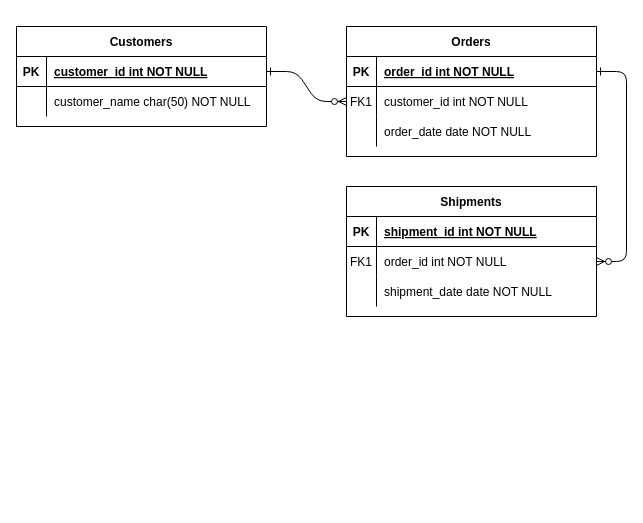
The draw.io diagram Database.drawio in Banele216048565/TEMPURARY_WORK, before the edit. Source tidied: cells renumbered, new cells numbered last; positions are measured from the earlier drawing's top-left corner, leaving out a move shared by most shapes. Both pictures are drawn from the tidied source at 100%, with x=0, y=0 at pixel (16, 26).
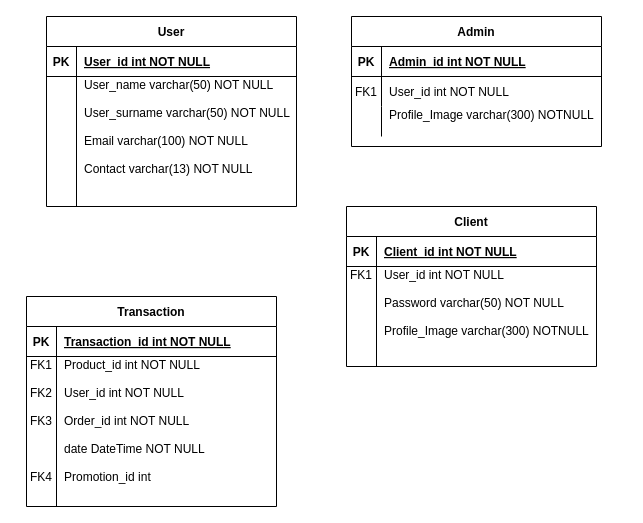
The same page after the edit.

Unchanged cells that the change refers to:
```xml
<mxCell id="5" style="shape=partialRectangle;fillColor=none;points=[[0,0.5],[1,0.5]];portConstraint=eastwest;top=0;left=0;right=0;bottom=1;" parent="4" vertex="1">
  <mxGeometry y="30" width="250" height="30" as="geometry" />
</mxCell>
<mxCell id="8" style="shape=partialRectangle;fillColor=none;points=[[0,0.5],[1,0.5]];portConstraint=eastwest;top=0;left=0;right=0;bottom=0;" parent="4" vertex="1">
  <mxGeometry y="60" width="250" height="30" as="geometry" />
</mxCell>
<mxCell id="11" style="shape=partialRectangle;fillColor=none;top=0;left=0;right=0;bottom=0;" parent="4" vertex="1">
  <mxGeometry y="90" width="250" height="30" as="geometry" />
</mxCell>
<mxCell id="25" style="shape=partialRectangle;fillColor=none;points=[[0,0.5],[1,0.5]];portConstraint=eastwest;top=0;left=0;right=0;bottom=1;" parent="24" vertex="1">
  <mxGeometry y="30" width="250" height="30" as="geometry" />
</mxCell>
```

The edit, as a diff of the source:
```diff
@@
-    <mxCell id="2" style="edgeStyle=entityRelationEdgeStyle;endArrow=ERzeroToMany;startArrow=ERone;endFill=1;startFill=0;" parent="1" edge="1" source="25" target="8">
-      <mxGeometry relative="1" as="geometry" />
-    </mxCell>
-    <mxCell id="3" style="edgeStyle=entityRelationEdgeStyle;endArrow=ERzeroToMany;startArrow=ERone;endFill=1;startFill=0;" parent="1" edge="1" source="5" target="18">
-      <mxGeometry relative="1" as="geometry" />
-    </mxCell>
-    <mxCell id="4" value="Orders" style="shape=table;startSize=30;childLayout=tableLayout;rowLines=0;fontStyle=1;align=center;" parent="1" vertex="1">
-      <mxGeometry x="330" width="250" height="130" as="geometry" />
+    <mxCell id="4" value="Admin" style="shape=table;startSize=30;childLayout=tableLayout;rowLines=0;fontStyle=1;align=center;" parent="1" vertex="1">
+      <mxGeometry x="335" y="-10" width="250" height="130" as="geometry" />
     </mxCell>
@@
-    <mxCell id="7" value="order_id int NOT NULL " style="shape=partialRectangle;overflow=hidden;fillColor=none;top=0;left=0;bottom=0;right=0;align=left;spacingLeft=6;fontStyle=5;" parent="5" vertex="1">
+    <mxCell id="7" value="Admin_id int NOT NULL " style="shape=partialRectangle;overflow=hidden;fillColor=none;top=0;left=0;bottom=0;right=0;align=left;spacingLeft=6;fontStyle=5;" parent="5" vertex="1">
       <mxGeometry x="30" width="220" height="30" as="geometry" />
     </mxCell>
@@
-    <mxCell id="10" value="customer_id int NOT NULL" style="shape=partialRectangle;overflow=hidden;fillColor=none;top=0;left=0;bottom=0;right=0;align=left;spacingLeft=6;" parent="8" vertex="1">
+    <mxCell id="10" value="User_id int NOT NULL" style="shape=partialRectangle;overflow=hidden;fillColor=none;top=0;left=0;bottom=0;right=0;align=left;spacingLeft=6;" parent="8" vertex="1">
       <mxGeometry x="30" width="220" height="30" as="geometry" />
     </mxCell>
@@
-    <mxCell id="13" value="order_date date NOT NULL" style="shape=partialRectangle;overflow=hidden;fillColor=none;top=0;left=0;bottom=0;right=0;align=left;spacingLeft=6;" parent="11" vertex="1">
+    <mxCell id="13" value="Profile_Image varchar(300) NOTNULL&#10;&#10;" style="shape=partialRectangle;overflow=hidden;fillColor=none;top=0;left=0;bottom=0;right=0;align=left;spacingLeft=6;" parent="11" vertex="1">
       <mxGeometry x="30" width="220" height="30" as="geometry" />
     </mxCell>
-    <mxCell id="14" value="Shipments" style="shape=table;startSize=30;childLayout=tableLayout;rowLines=0;fontStyle=1;align=center;" parent="1" vertex="1">
-      <mxGeometry x="330" y="160" width="250" height="130" as="geometry" />
-    </mxCell>
-    <mxCell id="15" style="shape=partialRectangle;fillColor=none;top=0;left=0;right=0;bottom=1;" parent="14" vertex="1">
-      <mxGeometry y="30" width="250" height="30" as="geometry" />
-    </mxCell>
-    <mxCell id="16" value="PK" style="shape=partialRectangle;overflow=hidden;fillColor=none;top=0;left=0;bottom=0;right=0;fontStyle=1;" parent="15" vertex="1">
-      <mxGeometry width="30" height="30" as="geometry" />
-    </mxCell>
-    <mxCell id="17" value="shipment_id int NOT NULL " style="shape=partialRectangle;overflow=hidden;fillColor=none;top=0;left=0;bottom=0;right=0;align=left;spacingLeft=6;fontStyle=5;" parent="15" vertex="1">
-      <mxGeometry x="30" width="220" height="30" as="geometry" />
-    </mxCell>
-    <mxCell id="18" style="shape=partialRectangle;fillColor=none;points=[[0,0.5],[1,0.5]];portConstraint=eastwest;top=0;left=0;right=0;bottom=0;" parent="14" vertex="1">
-      <mxGeometry y="60" width="250" height="30" as="geometry" />
-    </mxCell>
-    <mxCell id="19" value="FK1" style="shape=partialRectangle;overflow=hidden;fillColor=none;top=0;left=0;bottom=0;right=0;" parent="18" vertex="1">
-      <mxGeometry width="30" height="30" as="geometry" />
-    </mxCell>
-    <mxCell id="20" value="order_id int NOT NULL" style="shape=partialRectangle;overflow=hidden;fillColor=none;top=0;left=0;bottom=0;right=0;align=left;spacingLeft=6;" parent="18" vertex="1">
-      <mxGeometry x="30" width="220" height="30" as="geometry" />
-    </mxCell>
-    <mxCell id="21" style="shape=partialRectangle;fillColor=none;top=0;left=0;right=0;bottom=0;" parent="14" vertex="1">
-      <mxGeometry y="90" width="250" height="30" as="geometry" />
-    </mxCell>
-    <mxCell id="22" style="shape=partialRectangle;overflow=hidden;fillColor=none;top=0;left=0;bottom=0;right=0;" parent="21" vertex="1">
-      <mxGeometry width="30" height="30" as="geometry" />
-    </mxCell>
-    <mxCell id="23" value="shipment_date date NOT NULL" style="shape=partialRectangle;overflow=hidden;fillColor=none;top=0;left=0;bottom=0;right=0;align=left;spacingLeft=6;" parent="21" vertex="1">
-      <mxGeometry x="30" width="220" height="30" as="geometry" />
-    </mxCell>
-    <mxCell id="24" value="Customers" style="shape=table;startSize=30;childLayout=tableLayout;rowLines=0;fontStyle=1;align=center;" parent="1" vertex="1">
-      <mxGeometry width="250" height="100" as="geometry" />
+    <mxCell id="24" value="User" style="shape=table;startSize=30;childLayout=tableLayout;rowLines=0;fontStyle=1;align=center;" parent="1" vertex="1">
+      <mxGeometry x="30" y="-10" width="250" height="190" as="geometry" />
     </mxCell>
@@
-    <mxCell id="27" value="customer_id int NOT NULL " style="shape=partialRectangle;overflow=hidden;fillColor=none;top=0;left=0;bottom=0;right=0;align=left;spacingLeft=6;fontStyle=5;" parent="25" vertex="1">
+    <mxCell id="27" value="User_id int NOT NULL " style="shape=partialRectangle;overflow=hidden;fillColor=none;top=0;left=0;bottom=0;right=0;align=left;spacingLeft=6;fontStyle=5;" parent="25" vertex="1">
       <mxGeometry x="30" width="220" height="30" as="geometry" />
     </mxCell>
     <mxCell id="28" style="shape=partialRectangle;fillColor=none;top=0;left=0;right=0;bottom=0;" parent="24" vertex="1">
-      <mxGeometry y="60" width="250" height="30" as="geometry" />
+      <mxGeometry y="60" width="250" height="130" as="geometry" />
     </mxCell>
     <mxCell id="29" style="shape=partialRectangle;overflow=hidden;fillColor=none;top=0;left=0;bottom=0;right=0;" parent="28" vertex="1">
-      <mxGeometry width="30" height="30" as="geometry" />
+      <mxGeometry width="30" height="130" as="geometry" />
     </mxCell>
-    <mxCell id="30" value="customer_name char(50) NOT NULL" style="shape=partialRectangle;overflow=hidden;fillColor=none;top=0;left=0;bottom=0;right=0;align=left;spacingLeft=6;" parent="28" vertex="1">
-      <mxGeometry x="30" width="220" height="30" as="geometry" />
+    <mxCell id="30" value="User_name varchar(50) NOT NULL&#10;&#10;User_surname varchar(50) NOT NULL&#10;&#10;Email varchar(100) NOT NULL&#10;&#10;Contact varchar(13) NOT NULL&#10;&#10;&#10;&#10;&#10;" style="shape=partialRectangle;overflow=hidden;fillColor=none;top=0;left=0;bottom=0;right=0;align=left;spacingLeft=6;" parent="28" vertex="1">
+      <mxGeometry x="30" width="220" height="130" as="geometry" />
     </mxCell>
+    <mxCell id="31" value="Transaction" style="shape=table;startSize=30;childLayout=tableLayout;rowLines=0;fontStyle=1;align=center;" parent="1" vertex="1">
+      <mxGeometry x="10" y="270" width="250" height="210" as="geometry" />
+    </mxCell>
+    <mxCell id="32" style="shape=partialRectangle;fillColor=none;top=0;left=0;right=0;bottom=1;" parent="31" vertex="1">
+      <mxGeometry y="30" width="250" height="30" as="geometry" />
+    </mxCell>
+    <mxCell id="33" value="PK" style="shape=partialRectangle;overflow=hidden;fillColor=none;top=0;left=0;bottom=0;right=0;fontStyle=1;" parent="32" vertex="1">
+      <mxGeometry width="30" height="30" as="geometry" />
+    </mxCell>
+    <mxCell id="34" value="Transaction_id int NOT NULL " style="shape=partialRectangle;overflow=hidden;fillColor=none;top=0;left=0;bottom=0;right=0;align=left;spacingLeft=6;fontStyle=5;" parent="32" vertex="1">
+      <mxGeometry x="30" width="220" height="30" as="geometry" />
+    </mxCell>
+    <mxCell id="35" style="shape=partialRectangle;fillColor=none;top=0;left=0;right=0;bottom=0;" parent="31" vertex="1">
+      <mxGeometry y="60" width="250" height="150" as="geometry" />
+    </mxCell>
+    <mxCell id="36" value="FK1&#10;&#10;FK2&#10;&#10;FK3&#10;&#10;&#10;&#10;FK4&#10;&#10;&#10;&#10;" style="shape=partialRectangle;overflow=hidden;fillColor=none;top=0;left=0;bottom=0;right=0;" parent="35" vertex="1">
+      <mxGeometry width="30" height="150" as="geometry" />
+    </mxCell>
+    <mxCell id="37" value="Product_id int NOT NULL&#10;&#10;User_id int NOT NULL&#10;&#10;Order_id int NOT NULL&#10;&#10;date DateTime NOT NULL&#10;&#10;Promotion_id int &#10;&#10;&#10;&#10;" style="shape=partialRectangle;overflow=hidden;fillColor=none;top=0;left=0;bottom=0;right=0;align=left;spacingLeft=6;" parent="35" vertex="1">
+      <mxGeometry x="30" width="220" height="150" as="geometry" />
+    </mxCell>
+    <mxCell id="38" value="Client" style="shape=table;startSize=30;childLayout=tableLayout;rowLines=0;fontStyle=1;align=center;" parent="1" vertex="1">
+      <mxGeometry x="330" y="180" width="250" height="160" as="geometry" />
+    </mxCell>
+    <mxCell id="39" style="shape=partialRectangle;fillColor=none;top=0;left=0;right=0;bottom=1;" parent="38" vertex="1">
+      <mxGeometry y="30" width="250" height="30" as="geometry" />
+    </mxCell>
+    <mxCell id="40" value="PK" style="shape=partialRectangle;overflow=hidden;fillColor=none;top=0;left=0;bottom=0;right=0;fontStyle=1;" parent="39" vertex="1">
+      <mxGeometry width="30" height="30" as="geometry" />
+    </mxCell>
+    <mxCell id="41" value="Client_id int NOT NULL" style="shape=partialRectangle;overflow=hidden;fillColor=none;top=0;left=0;bottom=0;right=0;align=left;spacingLeft=6;fontStyle=5;" parent="39" vertex="1">
+      <mxGeometry x="30" width="220" height="30" as="geometry" />
+    </mxCell>
+    <mxCell id="42" style="shape=partialRectangle;fillColor=none;top=0;left=0;right=0;bottom=0;" parent="38" vertex="1">
+      <mxGeometry y="60" width="250" height="100" as="geometry" />
+    </mxCell>
+    <mxCell id="19" value="FK1&#10;&#10;&#10;&#10;&#10;&#10;" style="shape=partialRectangle;overflow=hidden;fillColor=none;top=0;left=0;bottom=0;right=0;" parent="42" vertex="1">
+      <mxGeometry width="30" height="100" as="geometry" />
+    </mxCell>
+    <mxCell id="43" value="User_id int NOT NULL&#10;&#10;Password varchar(50) NOT NULL&#10;&#10;Profile_Image varchar(300) NOTNULL&#10;&#10;&#10;&#10;&#10;&#10;" style="shape=partialRectangle;overflow=hidden;fillColor=none;top=0;left=0;bottom=0;right=0;align=left;spacingLeft=6;" parent="42" vertex="1">
+      <mxGeometry x="30" width="220" height="100" as="geometry" />
+    </mxCell>
```
